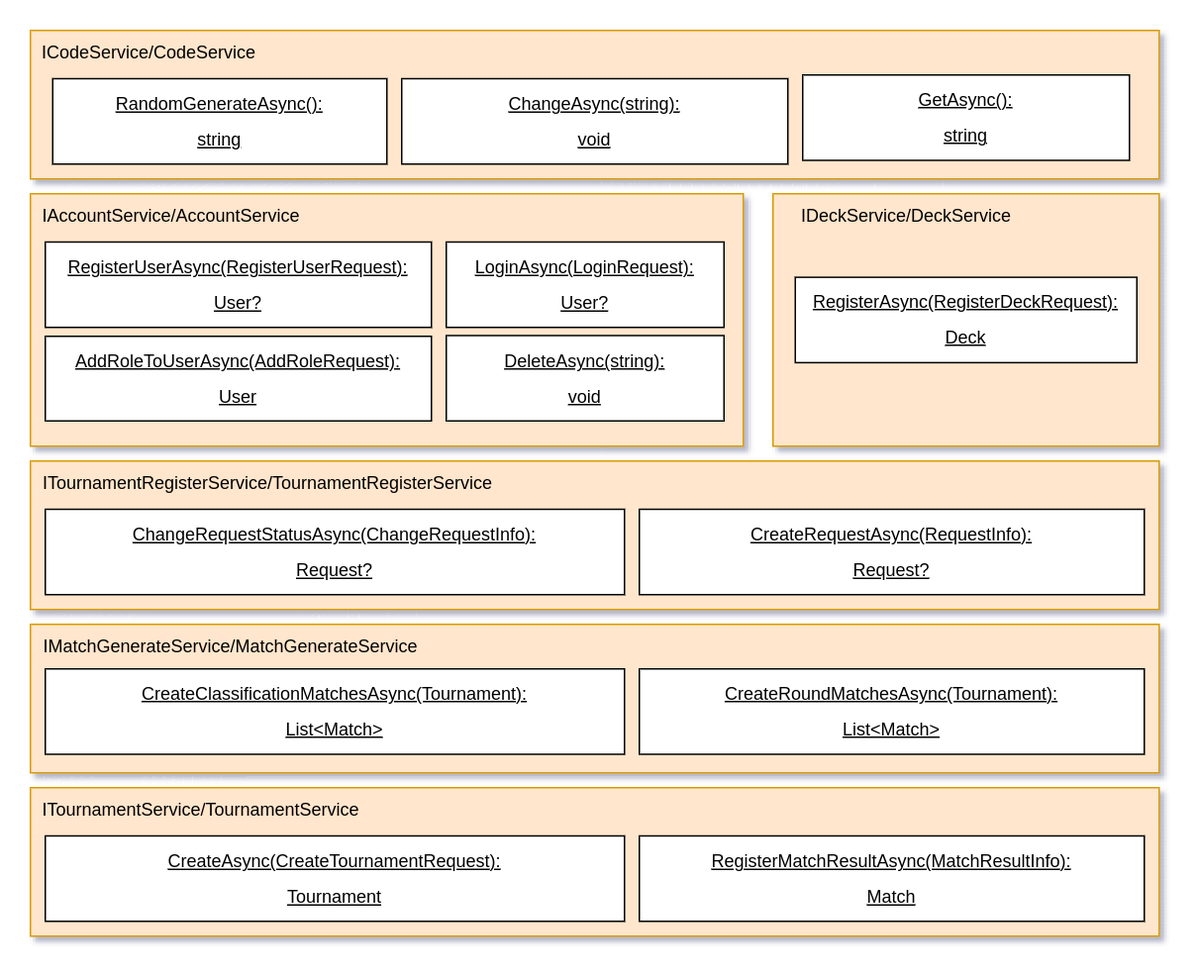
Above: YuGiOh.Report/IServiceAndSeed.png in chavely15k/YuGiOh (draw.io), before the change. Source tidied: cells renumbered, new cells last; positions are measured from the earlier drawing's top-left corner, leaving out a move shared by most shapes. Its diagram source:
```xml
<mxGraphModel>
  <root>
    <mxCell id="0" />
    <mxCell id="1" parent="0" />
    <mxCell id="2" style="rounded=0;whiteSpace=wrap;html=1;fillColor=#ffe6cc;strokeColor=#d79b00;" parent="1" vertex="1">
      <mxGeometry width="760" height="100" as="geometry" />
    </mxCell>
    <mxCell id="3" value="ICodeService/CodeService" style="text;html=1;strokeColor=none;fillColor=none;align=center;verticalAlign=middle;whiteSpace=wrap;rounded=0;" parent="1" vertex="1">
      <mxGeometry width="160" height="30" as="geometry" />
    </mxCell>
    <mxCell id="4" value="&lt;p style=&quot;margin:0px;margin-top:10px;text-align:center;text-decoration:underline;&quot;&gt;RandomGenerateAsync():&lt;/p&gt;&lt;p style=&quot;margin:0px;margin-top:10px;text-align:center;text-decoration:underline;&quot;&gt;string&lt;/p&gt;" style="shape=rect;html=1;overflow=fill;whiteSpace=wrap;" parent="1" vertex="1">
      <mxGeometry x="15" y="32.5" width="225" height="57.5" as="geometry" />
    </mxCell>
    <mxCell id="5" value="&lt;p style=&quot;margin:0px;margin-top:10px;text-align:center;text-decoration:underline;&quot;&gt;ChangeAsync(string):&lt;/p&gt;&lt;p style=&quot;margin:0px;margin-top:10px;text-align:center;text-decoration:underline;&quot;&gt;void&lt;/p&gt;" style="shape=rect;html=1;overflow=fill;whiteSpace=wrap;" parent="1" vertex="1">
      <mxGeometry x="250" y="32.5" width="260" height="57.5" as="geometry" />
    </mxCell>
    <mxCell id="6" value="&lt;p style=&quot;margin:0px;margin-top:10px;text-align:center;text-decoration:underline;&quot;&gt;GetAsync():&lt;/p&gt;&lt;p style=&quot;margin:0px;margin-top:10px;text-align:center;text-decoration:underline;&quot;&gt;string&lt;/p&gt;" style="shape=rect;html=1;overflow=fill;whiteSpace=wrap;" parent="1" vertex="1">
      <mxGeometry x="520" y="30" width="220" height="57.5" as="geometry" />
    </mxCell>
    <mxCell id="7" style="rounded=0;whiteSpace=wrap;html=1;fillColor=#ffe6cc;strokeColor=#d79b00;" parent="1" vertex="1">
      <mxGeometry y="110" width="480" height="170" as="geometry" />
    </mxCell>
    <mxCell id="8" value="IAccountService/AccountService" style="text;html=1;strokeColor=none;fillColor=none;align=center;verticalAlign=middle;whiteSpace=wrap;rounded=0;" parent="1" vertex="1">
      <mxGeometry y="110" width="190" height="30" as="geometry" />
    </mxCell>
    <mxCell id="9" value="&lt;p style=&quot;margin:0px;margin-top:10px;text-align:center;text-decoration:underline;&quot;&gt;RegisterUserAsync(RegisterUserRequest&lt;span style=&quot;background-color: initial;&quot;&gt;):&lt;/span&gt;&lt;/p&gt;&lt;p style=&quot;margin:0px;margin-top:10px;text-align:center;text-decoration:underline;&quot;&gt;&lt;span style=&quot;background-color: initial;&quot;&gt;User?&lt;/span&gt;&lt;/p&gt;" style="shape=rect;html=1;overflow=fill;whiteSpace=wrap;" parent="1" vertex="1">
      <mxGeometry x="10" y="142.5" width="260" height="57.5" as="geometry" />
    </mxCell>
    <mxCell id="10" value="&lt;p style=&quot;margin:0px;margin-top:10px;text-align:center;text-decoration:underline;&quot;&gt;DeleteAsync(string):&lt;/p&gt;&lt;p style=&quot;margin:0px;margin-top:10px;text-align:center;text-decoration:underline;&quot;&gt;void&lt;/p&gt;" style="shape=rect;html=1;overflow=fill;whiteSpace=wrap;" parent="1" vertex="1">
      <mxGeometry x="280" y="205.5" width="187" height="57.5" as="geometry" />
    </mxCell>
    <mxCell id="11" value="&lt;p style=&quot;margin:0px;margin-top:10px;text-align:center;text-decoration:underline;&quot;&gt;LoginAsync(LoginRequest):&lt;/p&gt;&lt;p style=&quot;margin:0px;margin-top:10px;text-align:center;text-decoration:underline;&quot;&gt;User?&lt;/p&gt;" style="shape=rect;html=1;overflow=fill;whiteSpace=wrap;" parent="1" vertex="1">
      <mxGeometry x="280" y="142.5" width="187" height="57.5" as="geometry" />
    </mxCell>
    <mxCell id="12" value="&lt;p style=&quot;margin:0px;margin-top:10px;text-align:center;text-decoration:underline;&quot;&gt;AddRoleToUserAsync(AddRoleRequest):&lt;/p&gt;&lt;p style=&quot;margin:0px;margin-top:10px;text-align:center;text-decoration:underline;&quot;&gt;User&lt;/p&gt;" style="shape=rect;html=1;overflow=fill;whiteSpace=wrap;" parent="1" vertex="1">
      <mxGeometry x="10" y="206" width="260" height="57" as="geometry" />
    </mxCell>
    <mxCell id="13" style="rounded=0;whiteSpace=wrap;html=1;fillColor=#ffe6cc;strokeColor=#d79b00;" parent="1" vertex="1">
      <mxGeometry x="500" y="110" width="260" height="170" as="geometry" />
    </mxCell>
    <mxCell id="14" value="IDeckService/DeckService" style="text;html=1;strokeColor=none;fillColor=none;align=center;verticalAlign=middle;whiteSpace=wrap;rounded=0;" parent="1" vertex="1">
      <mxGeometry x="510" y="110" width="160" height="30" as="geometry" />
    </mxCell>
    <mxCell id="15" value="&lt;p style=&quot;margin:0px;margin-top:10px;text-align:center;text-decoration:underline;&quot;&gt;RegisterAsync(RegisterDeckRequest&lt;span style=&quot;background-color: initial;&quot;&gt;):&lt;/span&gt;&lt;/p&gt;&lt;p style=&quot;margin:0px;margin-top:10px;text-align:center;text-decoration:underline;&quot;&gt;&lt;span style=&quot;background-color: initial;&quot;&gt;Deck&lt;/span&gt;&lt;/p&gt;" style="shape=rect;html=1;overflow=fill;whiteSpace=wrap;" parent="1" vertex="1">
      <mxGeometry x="515" y="166.2" width="230" height="57.5" as="geometry" />
    </mxCell>
    <mxCell id="16" style="rounded=0;whiteSpace=wrap;html=1;fillColor=#ffe6cc;strokeColor=#d79b00;" parent="1" vertex="1">
      <mxGeometry y="510" width="760" height="100" as="geometry" />
    </mxCell>
    <mxCell id="17" value="ITournamentService/TournamentService" style="text;html=1;strokeColor=none;fillColor=none;align=center;verticalAlign=middle;whiteSpace=wrap;rounded=0;" parent="1" vertex="1">
      <mxGeometry y="510" width="230" height="30" as="geometry" />
    </mxCell>
    <mxCell id="18" value="&lt;p style=&quot;margin:0px;margin-top:10px;text-align:center;text-decoration:underline;&quot;&gt;CreateAsync(CreateTournamentRequest&lt;span style=&quot;background-color: initial;&quot;&gt;):&lt;/span&gt;&lt;/p&gt;&lt;p style=&quot;margin:0px;margin-top:10px;text-align:center;text-decoration:underline;&quot;&gt;Tournament&lt;/p&gt;" style="shape=rect;html=1;overflow=fill;whiteSpace=wrap;" parent="1" vertex="1">
      <mxGeometry x="10" y="542.5" width="390" height="57.5" as="geometry" />
    </mxCell>
    <mxCell id="19" style="rounded=0;whiteSpace=wrap;html=1;fillColor=#ffe6cc;strokeColor=#d79b00;" parent="1" vertex="1">
      <mxGeometry y="290" width="760" height="100" as="geometry" />
    </mxCell>
    <mxCell id="20" value="ITournamentRegisterService/TournamentRegisterService" style="text;html=1;strokeColor=none;fillColor=none;align=center;verticalAlign=middle;whiteSpace=wrap;rounded=0;" parent="1" vertex="1">
      <mxGeometry y="290" width="320" height="30" as="geometry" />
    </mxCell>
    <mxCell id="21" value="&lt;p style=&quot;margin:0px;margin-top:10px;text-align:center;text-decoration:underline;&quot;&gt;CreateRequestAsync(RequestInfo&lt;span style=&quot;background-color: initial;&quot;&gt;):&lt;/span&gt;&lt;/p&gt;&lt;p style=&quot;margin:0px;margin-top:10px;text-align:center;text-decoration:underline;&quot;&gt;Request?&lt;/p&gt;" style="shape=rect;html=1;overflow=fill;whiteSpace=wrap;" parent="1" vertex="1">
      <mxGeometry x="410" y="322.5" width="340" height="57.5" as="geometry" />
    </mxCell>
    <mxCell id="22" value="&lt;p style=&quot;margin:0px;margin-top:10px;text-align:center;text-decoration:underline;&quot;&gt;ChangeRequestStatusAsync(ChangeRequestInfo&lt;span style=&quot;background-color: initial;&quot;&gt;):&lt;/span&gt;&lt;/p&gt;&lt;p style=&quot;margin:0px;margin-top:10px;text-align:center;text-decoration:underline;&quot;&gt;Request?&lt;/p&gt;" style="shape=rect;html=1;overflow=fill;whiteSpace=wrap;" parent="1" vertex="1">
      <mxGeometry x="10" y="322.5" width="390" height="57.5" as="geometry" />
    </mxCell>
    <mxCell id="23" style="rounded=0;whiteSpace=wrap;html=1;fillColor=#ffe6cc;strokeColor=#d79b00;" parent="1" vertex="1">
      <mxGeometry y="400" width="760" height="100" as="geometry" />
    </mxCell>
    <mxCell id="24" value="IMatchGenerateService/MatchGenerateService" style="text;html=1;strokeColor=none;fillColor=none;align=center;verticalAlign=middle;whiteSpace=wrap;rounded=0;" parent="1" vertex="1">
      <mxGeometry y="400" width="270" height="30" as="geometry" />
    </mxCell>
    <mxCell id="25" value="&lt;p style=&quot;margin:0px;margin-top:10px;text-align:center;text-decoration:underline;&quot;&gt;CreateClassificationMatchesAsync(Tournament&lt;span style=&quot;background-color: initial;&quot;&gt;):&lt;/span&gt;&lt;/p&gt;&lt;p style=&quot;margin:0px;margin-top:10px;text-align:center;text-decoration:underline;&quot;&gt;List&amp;lt;Match&amp;gt;&lt;/p&gt;" style="shape=rect;html=1;overflow=fill;whiteSpace=wrap;" parent="1" vertex="1">
      <mxGeometry x="10" y="430" width="390" height="57.5" as="geometry" />
    </mxCell>
    <mxCell id="26" value="&lt;p style=&quot;margin:0px;margin-top:10px;text-align:center;text-decoration:underline;&quot;&gt;CreateRoundMatchesAsync(Tournament&lt;span style=&quot;background-color: initial;&quot;&gt;):&lt;/span&gt;&lt;/p&gt;&lt;p style=&quot;margin:0px;margin-top:10px;text-align:center;text-decoration:underline;&quot;&gt;List&amp;lt;Match&amp;gt;&lt;/p&gt;" style="shape=rect;html=1;overflow=fill;whiteSpace=wrap;" parent="1" vertex="1">
      <mxGeometry x="410" y="430" width="340" height="57.5" as="geometry" />
    </mxCell>
    <mxCell id="27" value="&lt;p style=&quot;margin:0px;margin-top:10px;text-align:center;text-decoration:underline;&quot;&gt;RegisterMatchResultAsync(MatchResultInfo&lt;span style=&quot;background-color: initial;&quot;&gt;):&lt;/span&gt;&lt;/p&gt;&lt;p style=&quot;margin:0px;margin-top:10px;text-align:center;text-decoration:underline;&quot;&gt;Match&lt;/p&gt;" style="shape=rect;html=1;overflow=fill;whiteSpace=wrap;" parent="1" vertex="1">
      <mxGeometry x="410" y="542.5" width="340" height="57.5" as="geometry" />
    </mxCell>
  </root>
</mxGraphModel>
```
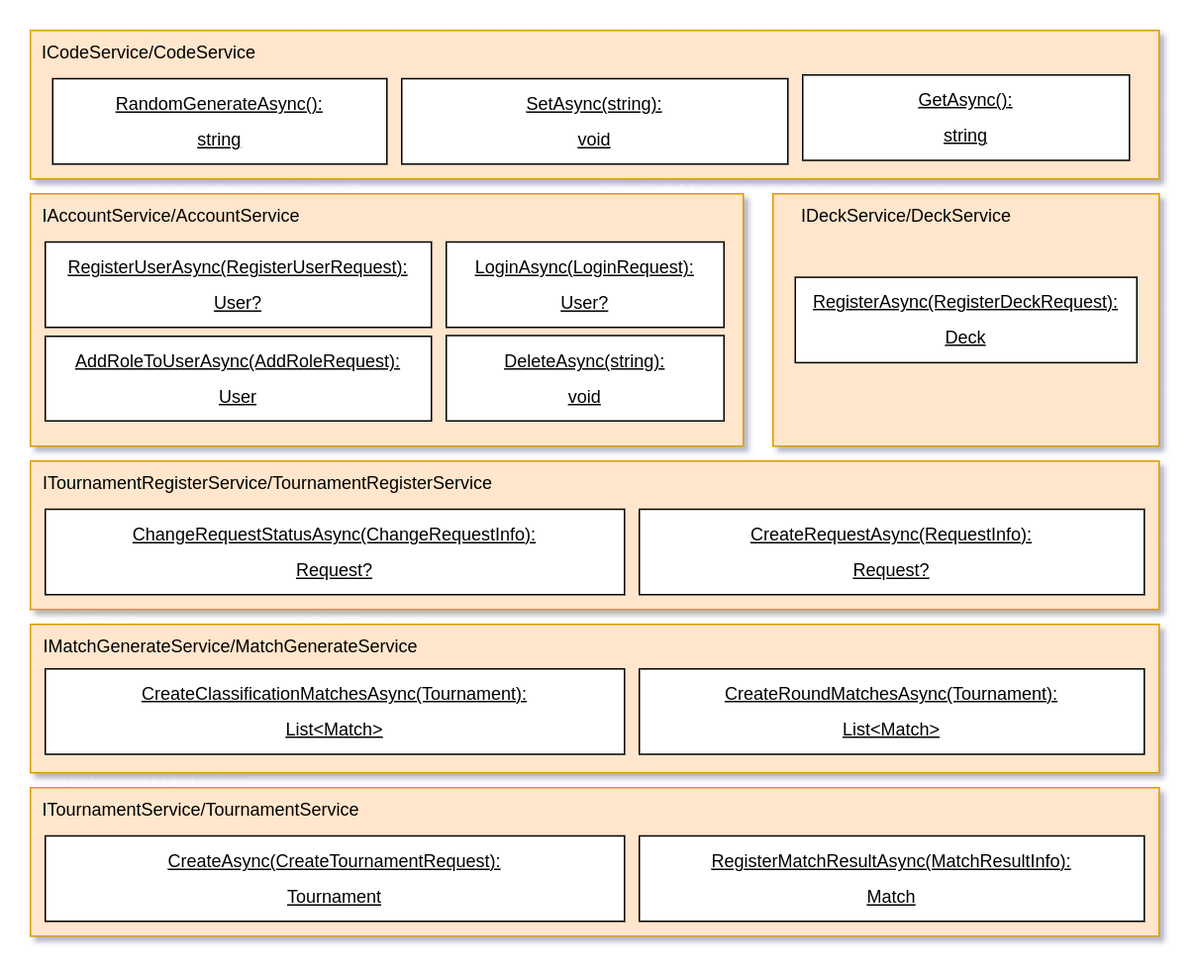
The same diagram one commit later.

The edit, as a diff of the source:
```diff
@@ -11,7 +11,7 @@
     <mxCell id="4" value="&lt;p style=&quot;margin:0px;margin-top:10px;text-align:center;text-decoration:underline;&quot;&gt;RandomGenerateAsync():&lt;/p&gt;&lt;p style=&quot;margin:0px;margin-top:10px;text-align:center;text-decoration:underline;&quot;&gt;string&lt;/p&gt;" style="shape=rect;html=1;overflow=fill;whiteSpace=wrap;" parent="1" vertex="1">
       <mxGeometry x="15" y="32.5" width="225" height="57.5" as="geometry" />
     </mxCell>
-    <mxCell id="5" value="&lt;p style=&quot;margin:0px;margin-top:10px;text-align:center;text-decoration:underline;&quot;&gt;ChangeAsync(string):&lt;/p&gt;&lt;p style=&quot;margin:0px;margin-top:10px;text-align:center;text-decoration:underline;&quot;&gt;void&lt;/p&gt;" style="shape=rect;html=1;overflow=fill;whiteSpace=wrap;" parent="1" vertex="1">
+    <mxCell id="5" value="&lt;p style=&quot;margin:0px;margin-top:10px;text-align:center;text-decoration:underline;&quot;&gt;SetAsync(string):&lt;/p&gt;&lt;p style=&quot;margin:0px;margin-top:10px;text-align:center;text-decoration:underline;&quot;&gt;void&lt;/p&gt;" style="shape=rect;html=1;overflow=fill;whiteSpace=wrap;" parent="1" vertex="1">
       <mxGeometry x="250" y="32.5" width="260" height="57.5" as="geometry" />
     </mxCell>
     <mxCell id="6" value="&lt;p style=&quot;margin:0px;margin-top:10px;text-align:center;text-decoration:underline;&quot;&gt;GetAsync():&lt;/p&gt;&lt;p style=&quot;margin:0px;margin-top:10px;text-align:center;text-decoration:underline;&quot;&gt;string&lt;/p&gt;" style="shape=rect;html=1;overflow=fill;whiteSpace=wrap;" parent="1" vertex="1">
```
